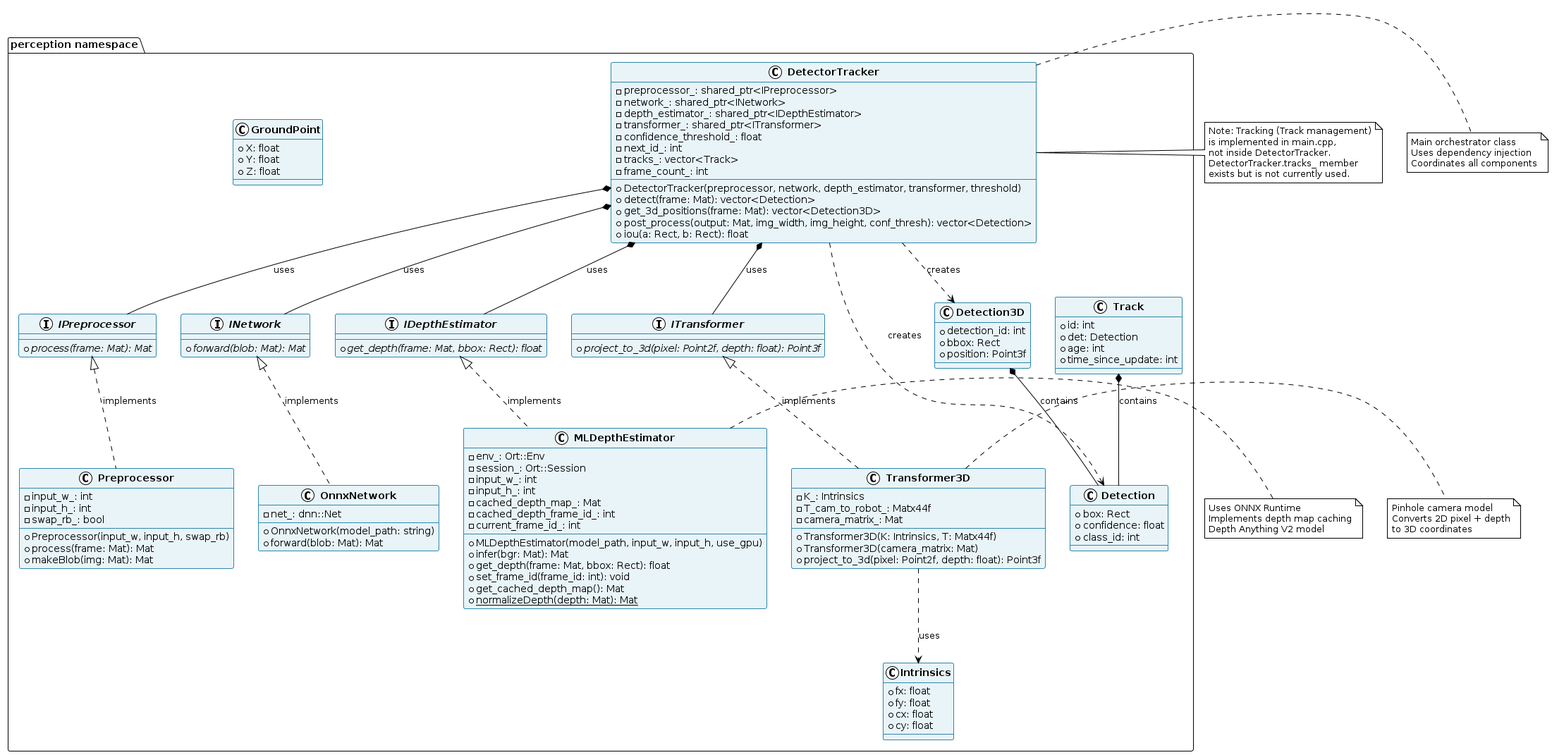
Before: UML/Final/ClassDiagram.png, a diagram exported from PlantUML (shreyak-05/human-detector-and-tracker).
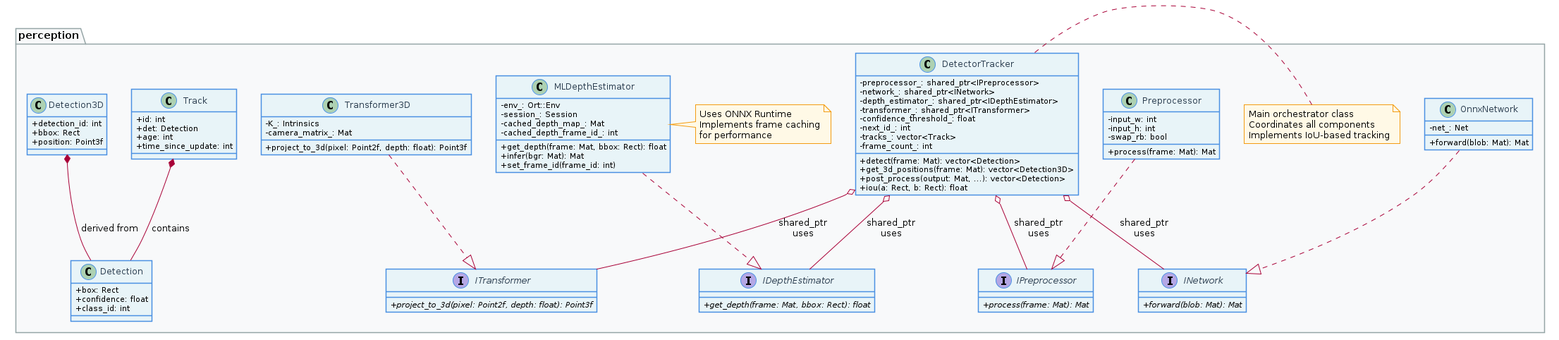
After the change.

Change to the diagram source:
```diff
@@ -1,166 +1,121 @@
-@startuml ClassDiagram
-!theme plain
+@startuml ClassDiagram_final
+skinparam shadowing false
+skinparam classAttributeIconSize 0
 skinparam backgroundColor #FFFFFF
-skinparam class {
-    BackgroundColor #E8F4F8
-    BorderColor #2E86AB
-    FontStyle bold
-}
-skinparam interface {
-    BackgroundColor #FFF8DC
-    BorderColor #DAA520
+skinparam classBackgroundColor #E8F4F8
+skinparam interfaceBackgroundColor #FFF4E6
+skinparam classBorderColor #4A90E2
+skinparam interfaceBorderColor #E67E22
+skinparam classFontColor #2C3E50
+skinparam interfaceFontColor #2C3E50
+skinparam packageBackgroundColor #F8F9FA
+skinparam packageBorderColor #95A5A6
+skinparam noteBackgroundColor #FFF9E6
+skinparam noteBorderColor #F39C12
+
+package "perception" {
+    interface IPreprocessor {
+        + {abstract} process(frame: Mat): Mat
+    }
+
+    interface INetwork {
+        + {abstract} forward(blob: Mat): Mat
+    }
+
+    interface IDepthEstimator {
+        + {abstract} get_depth(frame: Mat, bbox: Rect): float
+    }
+
+    interface ITransformer {
+        + {abstract} project_to_3d(pixel: Point2f, depth: float): Point3f
+    }
+
+    class Preprocessor {
+        - input_w: int
+        - input_h: int
+        - swap_rb: bool
+        + process(frame: Mat): Mat
+    }
+
+    class OnnxNetwork {
+        - net_: Net
+        + forward(blob: Mat): Mat
+    }
+
+    class MLDepthEstimator {
+        - env_: Ort::Env
+        - session_: Session
+        - cached_depth_map_: Mat
+        - cached_depth_frame_id_: int
+        + get_depth(frame: Mat, bbox: Rect): float
+        + infer(bgr: Mat): Mat
+        + set_frame_id(frame_id: int)
+    }
+
+    class Transformer3D {
+        - K_: Intrinsics
+        - camera_matrix_: Mat
+        + project_to_3d(pixel: Point2f, depth: float): Point3f
+    }
+
+    class DetectorTracker {
+        - preprocessor_: shared_ptr<IPreprocessor>
+        - network_: shared_ptr<INetwork>
+        - depth_estimator_: shared_ptr<IDepthEstimator>
+        - transformer_: shared_ptr<ITransformer>
+        - confidence_threshold_: float
+        - next_id_: int
+        - tracks_: vector<Track>
+        - frame_count_: int
+        + detect(frame: Mat): vector<Detection>
+        + get_3d_positions(frame: Mat): vector<Detection3D>
+        + post_process(output: Mat, ...): vector<Detection>
+        + iou(a: Rect, b: Rect): float
+    }
+
+    class Detection {
+        + box: Rect
+        + confidence: float
+        + class_id: int
+    }
+
+    class Track {
+        + id: int
+        + det: Detection
+        + age: int
+        + time_since_update: int
+    }
+
+    class Detection3D {
+        + detection_id: int
+        + bbox: Rect
+        + position: Point3f
+    }
+
+    Preprocessor ..|> IPreprocessor
+    OnnxNetwork ..|> INetwork
+    MLDepthEstimator ..|> IDepthEstimator
+    Transformer3D ..|> ITransformer
+
+    DetectorTracker o-- IPreprocessor : "shared_ptr\nuses"
+    DetectorTracker o-- INetwork : "shared_ptr\nuses"
+    DetectorTracker o-- IDepthEstimator : "shared_ptr\nuses"
+    DetectorTracker o-- ITransformer : "shared_ptr\nuses"
+
+    Track *-- Detection : contains
+    Detection3D *-- Detection : derived from
+
+    note right of DetectorTracker
+        Main orchestrator class
+        Coordinates all components
+        Implements IoU-based tracking
+    end note
+
+    note right of MLDepthEstimator
+        Uses ONNX Runtime
+        Implements frame caching
+        for performance
+    end note
 }
 
-package "perception namespace" {
-
-  interface IPreprocessor {
-    + {abstract} process(frame: Mat): Mat
-  }
-
-  interface INetwork {
-    + {abstract} forward(blob: Mat): Mat
-  }
-
-  interface IDepthEstimator {
-    + {abstract} get_depth(frame: Mat, bbox: Rect): float
-  }
-
-  interface ITransformer {
-    + {abstract} project_to_3d(pixel: Point2f, depth: float): Point3f
-  }
-
-  class Detection {
-    + box: Rect
-    + confidence: float
-    + class_id: int
-  }
-
-  class Detection3D {
-    + detection_id: int
-    + bbox: Rect
-    + position: Point3f
-  }
-
-  class Track {
-    + id: int
-    + det: Detection
-    + age: int
-    + time_since_update: int
-  }
-
-  class GroundPoint {
-    + X: float
-    + Y: float
-    + Z: float
-  }
-
-  class Preprocessor {
-    - input_w_: int
-    - input_h_: int
-    - swap_rb_: bool
-    + Preprocessor(input_w, input_h, swap_rb)
-    + process(frame: Mat): Mat
-    + makeBlob(img: Mat): Mat
-  }
-
-  class OnnxNetwork {
-    - net_: dnn::Net
-    + OnnxNetwork(model_path: string)
-    + forward(blob: Mat): Mat
-  }
-
-  class MLDepthEstimator {
-    - env_: Ort::Env
-    - session_: Ort::Session
-    - input_w_: int
-    - input_h_: int
-    - cached_depth_map_: Mat
-    - cached_depth_frame_id_: int
-    - current_frame_id_: int
-    + MLDepthEstimator(model_path, input_w, input_h, use_gpu)
-    + infer(bgr: Mat): Mat
-    + get_depth(frame: Mat, bbox: Rect): float
-    + set_frame_id(frame_id: int): void
-    + get_cached_depth_map(): Mat
-    + normalizeDepth(depth: Mat): Mat {static}
-  }
-
-  class Transformer3D {
-    - K_: Intrinsics
-    - T_cam_to_robot_: Matx44f
-    - camera_matrix_: Mat
-    + Transformer3D(K: Intrinsics, T: Matx44f)
-    + Transformer3D(camera_matrix: Mat)
-    + project_to_3d(pixel: Point2f, depth: float): Point3f
-  }
-
-  class Intrinsics {
-    + fx: float
-    + fy: float
-    + cx: float
-    + cy: float
-  }
-
-  class DetectorTracker {
-    - preprocessor_: shared_ptr<IPreprocessor>
-    - network_: shared_ptr<INetwork>
-    - depth_estimator_: shared_ptr<IDepthEstimator>
-    - transformer_: shared_ptr<ITransformer>
-    - confidence_threshold_: float
-    - next_id_: int
-    - tracks_: vector<Track>
-    - frame_count_: int
-    + DetectorTracker(preprocessor, network, depth_estimator, transformer, threshold)
-    + detect(frame: Mat): vector<Detection>
-    + get_3d_positions(frame: Mat): vector<Detection3D>
-    + post_process(output: Mat, img_width, img_height, conf_thresh): vector<Detection>
-    + iou(a: Rect, b: Rect): float
-  }
-}
-
-IPreprocessor <|.. Preprocessor : implements
-INetwork <|.. OnnxNetwork : implements
-IDepthEstimator <|.. MLDepthEstimator : implements
-ITransformer <|.. Transformer3D : implements
-
-DetectorTracker *-- IPreprocessor : uses
-DetectorTracker *-- INetwork : uses
-DetectorTracker *-- IDepthEstimator : uses
-DetectorTracker *-- ITransformer : uses
-
-DetectorTracker ..> Detection : creates
-DetectorTracker ..> Detection3D : creates
-
-note right of DetectorTracker
-  Note: Tracking (Track management)
-  is implemented in main.cpp,
-  not inside DetectorTracker.
-  DetectorTracker.tracks_ member
-  exists but is not currently used.
-end note
-
-Detection3D *-- Detection : contains
-
-Track *-- Detection : contains
-
-Transformer3D ..> Intrinsics : uses
-
-note right of DetectorTracker
-  Main orchestrator class
-  Uses dependency injection
-  Coordinates all components
-end note
-
-note right of MLDepthEstimator
-  Uses ONNX Runtime
-  Implements depth map caching
-  Depth Anything V2 model
-end note
-
-note right of Transformer3D
-  Pinhole camera model
-  Converts 2D pixel + depth
-  to 3D coordinates
-end note
-
 @enduml
```
